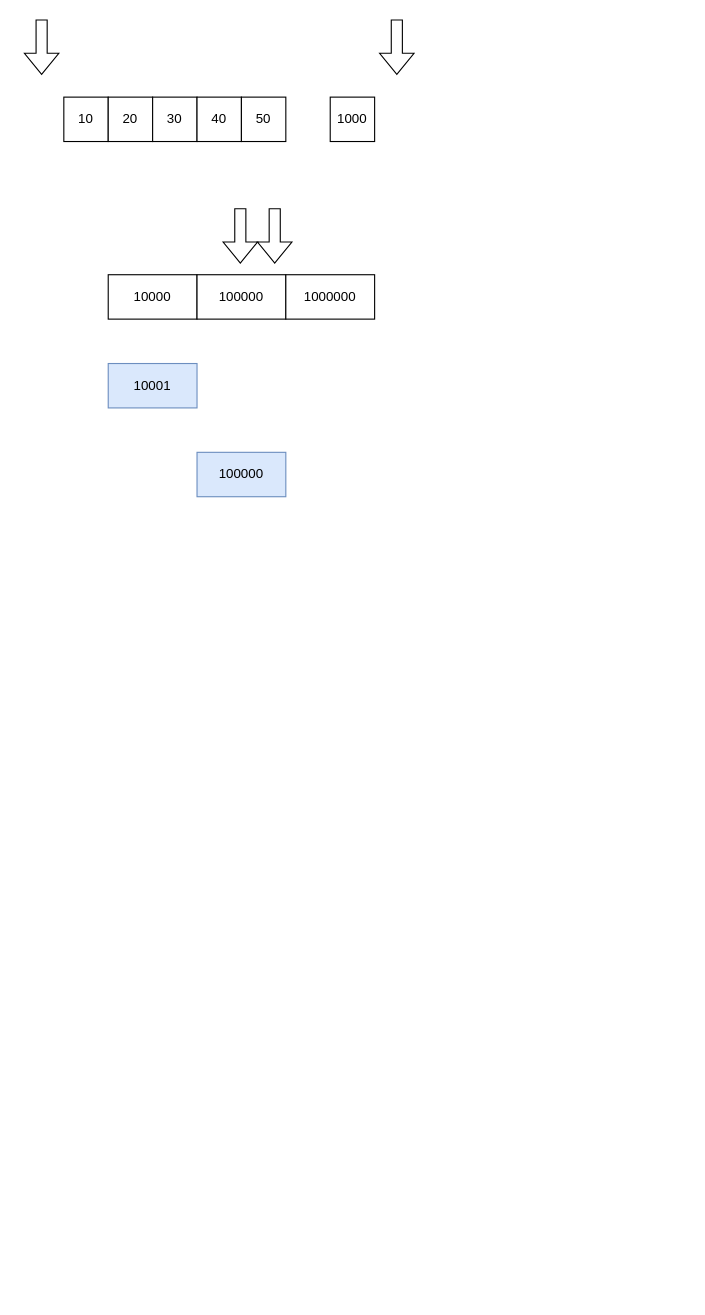
Earlier version of the draw.io diagram page "19637" (2 of 3) of algo_doc/20230514/Beakjoon.drawio (speed0dev/algorithm-test-java). Source tidied: cells renumbered, new cells numbered last; positions are measured from the earlier drawing's top-left corner, leaving out a move shared by most shapes. Both pictures are drawn from the tidied source at 111%, with x=0, y=0 at pixel (41, 19).
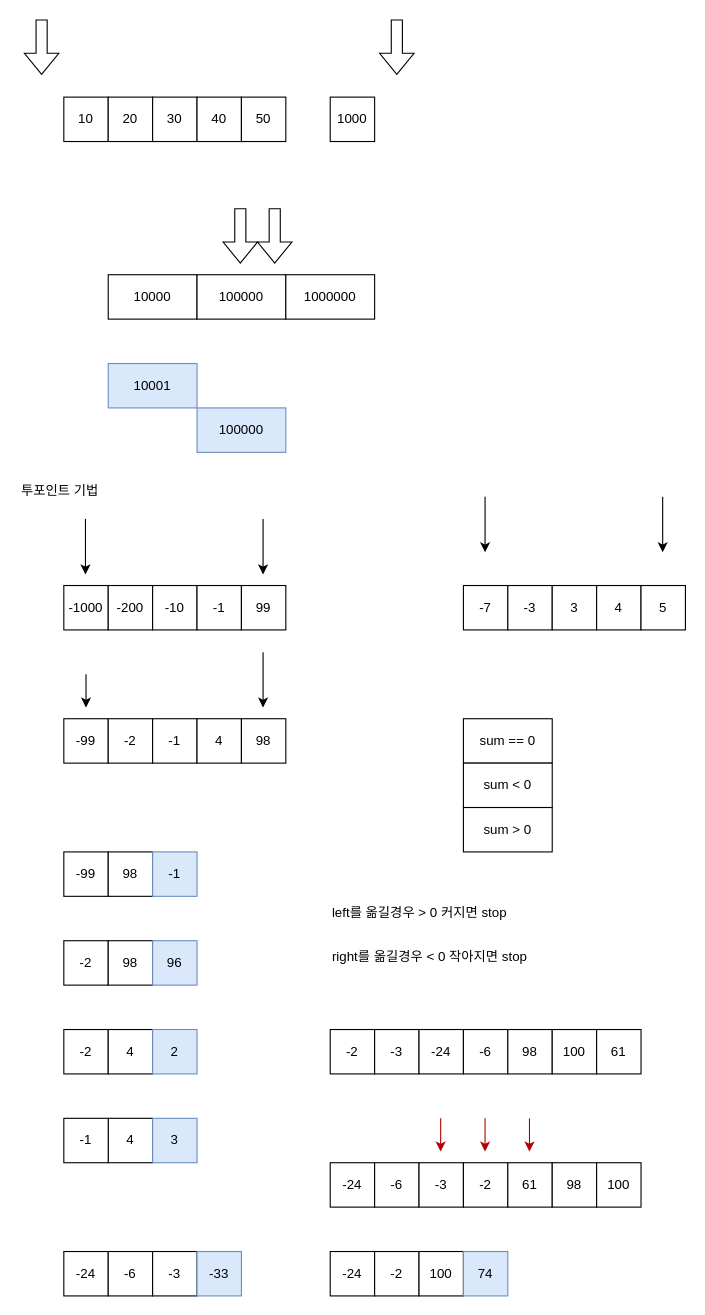
The same page after the edit.

Change to the diagram source:
```diff
@@
     <mxCell id="16" value="100000" style="rounded=0;whiteSpace=wrap;html=1;fillColor=#dae8fc;strokeColor=#6c8ebf;" parent="1" vertex="1">
-      <mxGeometry x="140" y="390" width="80" height="40" as="geometry" />
+      <mxGeometry x="140" y="350" width="80" height="40" as="geometry" />
     </mxCell>
+    <mxCell id="17" value="-1000" style="rounded=0;whiteSpace=wrap;html=1;" parent="1" vertex="1">
+      <mxGeometry x="20" y="510" width="40" height="40" as="geometry" />
+    </mxCell>
+    <mxCell id="18" value="-200" style="rounded=0;whiteSpace=wrap;html=1;" parent="1" vertex="1">
+      <mxGeometry x="60" y="510" width="40" height="40" as="geometry" />
+    </mxCell>
+    <mxCell id="19" value="-10" style="rounded=0;whiteSpace=wrap;html=1;" parent="1" vertex="1">
+      <mxGeometry x="100" y="510" width="40" height="40" as="geometry" />
+    </mxCell>
+    <mxCell id="20" value="-1" style="rounded=0;whiteSpace=wrap;html=1;" parent="1" vertex="1">
+      <mxGeometry x="140" y="510" width="40" height="40" as="geometry" />
+    </mxCell>
+    <mxCell id="21" value="99" style="rounded=0;whiteSpace=wrap;html=1;" parent="1" vertex="1">
+      <mxGeometry x="180" y="510" width="40" height="40" as="geometry" />
+    </mxCell>
+    <mxCell id="22" style="endArrow=classic;html=1;rounded=0;" parent="1" edge="1">
+      <mxGeometry relative="1" as="geometry">
+        <mxPoint x="39.5" y="450" as="sourcePoint" />
+        <mxPoint x="39.5" y="500" as="targetPoint" />
+      </mxGeometry>
+    </mxCell>
+    <mxCell id="23" style="endArrow=classic;html=1;rounded=0;" parent="1" edge="1">
+      <mxGeometry relative="1" as="geometry">
+        <mxPoint x="199.5" y="450" as="sourcePoint" />
+        <mxPoint x="199.5" y="500" as="targetPoint" />
+      </mxGeometry>
+    </mxCell>
+    <mxCell id="24" value="투포인트 기법" style="text;html=1;strokeColor=none;fillColor=none;align=left;verticalAlign=middle;whiteSpace=wrap;rounded=0;" parent="1" vertex="1">
+      <mxGeometry x="-20" y="410" width="200" height="30" as="geometry" />
+    </mxCell>
+    <mxCell id="25" value="-99" style="rounded=0;whiteSpace=wrap;html=1;" parent="1" vertex="1">
+      <mxGeometry x="20" y="630" width="40" height="40" as="geometry" />
+    </mxCell>
+    <mxCell id="26" value="-2" style="rounded=0;whiteSpace=wrap;html=1;" parent="1" vertex="1">
+      <mxGeometry x="60" y="630" width="40" height="40" as="geometry" />
+    </mxCell>
+    <mxCell id="27" value="-1" style="rounded=0;whiteSpace=wrap;html=1;" parent="1" vertex="1">
+      <mxGeometry x="100" y="630" width="40" height="40" as="geometry" />
+    </mxCell>
+    <mxCell id="28" value="4" style="rounded=0;whiteSpace=wrap;html=1;" parent="1" vertex="1">
+      <mxGeometry x="140" y="630" width="40" height="40" as="geometry" />
+    </mxCell>
+    <mxCell id="29" value="98" style="rounded=0;whiteSpace=wrap;html=1;" parent="1" vertex="1">
+      <mxGeometry x="180" y="630" width="40" height="40" as="geometry" />
+    </mxCell>
+    <mxCell id="30" value="sum == 0" style="rounded=0;whiteSpace=wrap;html=1;" parent="1" vertex="1">
+      <mxGeometry x="380" y="630" width="80" height="40" as="geometry" />
+    </mxCell>
+    <mxCell id="31" value="sum &amp;lt; 0" style="rounded=0;whiteSpace=wrap;html=1;" parent="1" vertex="1">
+      <mxGeometry x="380" y="670" width="80" height="40" as="geometry" />
+    </mxCell>
+    <mxCell id="32" value="sum &amp;gt; 0" style="rounded=0;whiteSpace=wrap;html=1;" parent="1" vertex="1">
+      <mxGeometry x="380" y="710" width="80" height="40" as="geometry" />
+    </mxCell>
+    <mxCell id="33" value="-99" style="rounded=0;whiteSpace=wrap;html=1;" parent="1" vertex="1">
+      <mxGeometry x="20" y="750" width="40" height="40" as="geometry" />
+    </mxCell>
+    <mxCell id="34" value="98" style="rounded=0;whiteSpace=wrap;html=1;" parent="1" vertex="1">
+      <mxGeometry x="60" y="750" width="40" height="40" as="geometry" />
+    </mxCell>
+    <mxCell id="35" value="-1" style="rounded=0;whiteSpace=wrap;html=1;fillColor=#dae8fc;strokeColor=#6c8ebf;" parent="1" vertex="1">
+      <mxGeometry x="100" y="750" width="40" height="40" as="geometry" />
+    </mxCell>
+    <mxCell id="36" style="endArrow=classic;html=1;rounded=0;" parent="1" edge="1">
+      <mxGeometry relative="1" as="geometry">
+        <mxPoint x="199.5" y="570" as="sourcePoint" />
+        <mxPoint x="199.5" y="620" as="targetPoint" />
+      </mxGeometry>
+    </mxCell>
+    <mxCell id="37" value="-2" style="rounded=0;whiteSpace=wrap;html=1;" parent="1" vertex="1">
+      <mxGeometry x="20" y="830" width="40" height="40" as="geometry" />
+    </mxCell>
+    <mxCell id="38" value="98" style="rounded=0;whiteSpace=wrap;html=1;" parent="1" vertex="1">
+      <mxGeometry x="60" y="830" width="40" height="40" as="geometry" />
+    </mxCell>
+    <mxCell id="39" value="96" style="rounded=0;whiteSpace=wrap;html=1;fillColor=#dae8fc;strokeColor=#6c8ebf;" parent="1" vertex="1">
+      <mxGeometry x="100" y="830" width="40" height="40" as="geometry" />
+    </mxCell>
+    <mxCell id="40" value="-2" style="rounded=0;whiteSpace=wrap;html=1;" parent="1" vertex="1">
+      <mxGeometry x="20" y="910" width="40" height="40" as="geometry" />
+    </mxCell>
+    <mxCell id="41" value="4" style="rounded=0;whiteSpace=wrap;html=1;" parent="1" vertex="1">
+      <mxGeometry x="60" y="910" width="40" height="40" as="geometry" />
+    </mxCell>
+    <mxCell id="42" value="2" style="rounded=0;whiteSpace=wrap;html=1;fillColor=#dae8fc;strokeColor=#6c8ebf;" parent="1" vertex="1">
+      <mxGeometry x="100" y="910" width="40" height="40" as="geometry" />
+    </mxCell>
+    <mxCell id="43" style="endArrow=classic;html=1;rounded=0;" parent="1" edge="1">
+      <mxGeometry relative="1" as="geometry">
+        <mxPoint x="40" y="590" as="sourcePoint" />
+        <mxPoint x="40" y="620" as="targetPoint" />
+      </mxGeometry>
+    </mxCell>
+    <mxCell id="44" value="4" style="rounded=0;whiteSpace=wrap;html=1;" parent="1" vertex="1">
+      <mxGeometry x="60" y="990" width="40" height="40" as="geometry" />
+    </mxCell>
+    <mxCell id="45" value="-1" style="rounded=0;whiteSpace=wrap;html=1;" parent="1" vertex="1">
+      <mxGeometry x="20" y="990" width="40" height="40" as="geometry" />
+    </mxCell>
+    <mxCell id="46" value="3" style="rounded=0;whiteSpace=wrap;html=1;fillColor=#dae8fc;strokeColor=#6c8ebf;" parent="1" vertex="1">
+      <mxGeometry x="100" y="990" width="40" height="40" as="geometry" />
+    </mxCell>
+    <mxCell id="47" value="left를 옮길경우 &amp;gt; 0 커지면 stop" style="text;html=1;strokeColor=none;fillColor=none;align=left;verticalAlign=middle;whiteSpace=wrap;rounded=0;" parent="1" vertex="1">
+      <mxGeometry x="260" y="790" width="320" height="30" as="geometry" />
+    </mxCell>
+    <mxCell id="48" value="right를 옮길경우 &amp;lt; 0 작아지면 stop" style="text;html=1;strokeColor=none;fillColor=none;align=left;verticalAlign=middle;whiteSpace=wrap;rounded=0;" parent="1" vertex="1">
+      <mxGeometry x="260" y="830" width="320" height="30" as="geometry" />
+    </mxCell>
+    <mxCell id="49" value="-7" style="rounded=0;whiteSpace=wrap;html=1;" parent="1" vertex="1">
+      <mxGeometry x="380" y="510" width="40" height="40" as="geometry" />
+    </mxCell>
+    <mxCell id="50" value="-3" style="rounded=0;whiteSpace=wrap;html=1;" parent="1" vertex="1">
+      <mxGeometry x="420" y="510" width="40" height="40" as="geometry" />
+    </mxCell>
+    <mxCell id="51" value="3" style="rounded=0;whiteSpace=wrap;html=1;" parent="1" vertex="1">
+      <mxGeometry x="460" y="510" width="40" height="40" as="geometry" />
+    </mxCell>
+    <mxCell id="52" value="4" style="rounded=0;whiteSpace=wrap;html=1;" parent="1" vertex="1">
+      <mxGeometry x="500" y="510" width="40" height="40" as="geometry" />
+    </mxCell>
+    <mxCell id="53" value="5" style="rounded=0;whiteSpace=wrap;html=1;" parent="1" vertex="1">
+      <mxGeometry x="540" y="510" width="40" height="40" as="geometry" />
+    </mxCell>
+    <mxCell id="54" style="endArrow=classic;html=1;rounded=0;" parent="1" edge="1">
+      <mxGeometry relative="1" as="geometry">
+        <mxPoint x="399.5" y="430" as="sourcePoint" />
+        <mxPoint x="399.5" y="480" as="targetPoint" />
+      </mxGeometry>
+    </mxCell>
+    <mxCell id="55" style="endArrow=classic;html=1;rounded=0;" parent="1" edge="1">
+      <mxGeometry relative="1" as="geometry">
+        <mxPoint x="559.5" y="430" as="sourcePoint" />
+        <mxPoint x="559.5" y="480" as="targetPoint" />
+      </mxGeometry>
+    </mxCell>
+    <mxCell id="56" value="-2" style="rounded=0;whiteSpace=wrap;html=1;" parent="1" vertex="1">
+      <mxGeometry x="260" y="910" width="40" height="40" as="geometry" />
+    </mxCell>
+    <mxCell id="57" value="-3" style="rounded=0;whiteSpace=wrap;html=1;" parent="1" vertex="1">
+      <mxGeometry x="300" y="910" width="40" height="40" as="geometry" />
+    </mxCell>
+    <mxCell id="58" value="-24" style="rounded=0;whiteSpace=wrap;html=1;" parent="1" vertex="1">
+      <mxGeometry x="340" y="910" width="40" height="40" as="geometry" />
+    </mxCell>
+    <mxCell id="59" value="-6" style="rounded=0;whiteSpace=wrap;html=1;" parent="1" vertex="1">
+      <mxGeometry x="380" y="910" width="40" height="40" as="geometry" />
+    </mxCell>
+    <mxCell id="60" value="98" style="rounded=0;whiteSpace=wrap;html=1;" parent="1" vertex="1">
+      <mxGeometry x="420" y="910" width="40" height="40" as="geometry" />
+    </mxCell>
+    <mxCell id="61" value="100" style="rounded=0;whiteSpace=wrap;html=1;" parent="1" vertex="1">
+      <mxGeometry x="460" y="910" width="40" height="40" as="geometry" />
+    </mxCell>
+    <mxCell id="62" value="61" style="rounded=0;whiteSpace=wrap;html=1;" parent="1" vertex="1">
+      <mxGeometry x="500" y="910" width="40" height="40" as="geometry" />
+    </mxCell>
+    <mxCell id="63" value="-24" style="rounded=0;whiteSpace=wrap;html=1;" parent="1" vertex="1">
+      <mxGeometry x="260" y="1030" width="40" height="40" as="geometry" />
+    </mxCell>
+    <mxCell id="64" value="-6" style="rounded=0;whiteSpace=wrap;html=1;" parent="1" vertex="1">
+      <mxGeometry x="300" y="1030" width="40" height="40" as="geometry" />
+    </mxCell>
+    <mxCell id="65" value="-3" style="rounded=0;whiteSpace=wrap;html=1;" parent="1" vertex="1">
+      <mxGeometry x="340" y="1030" width="40" height="40" as="geometry" />
+    </mxCell>
+    <mxCell id="66" value="-2" style="rounded=0;whiteSpace=wrap;html=1;" parent="1" vertex="1">
+      <mxGeometry x="380" y="1030" width="40" height="40" as="geometry" />
+    </mxCell>
+    <mxCell id="67" value="61" style="rounded=0;whiteSpace=wrap;html=1;" parent="1" vertex="1">
+      <mxGeometry x="420" y="1030" width="40" height="40" as="geometry" />
+    </mxCell>
+    <mxCell id="68" value="98" style="rounded=0;whiteSpace=wrap;html=1;" parent="1" vertex="1">
+      <mxGeometry x="460" y="1030" width="40" height="40" as="geometry" />
+    </mxCell>
+    <mxCell id="69" value="100" style="rounded=0;whiteSpace=wrap;html=1;" parent="1" vertex="1">
+      <mxGeometry x="500" y="1030" width="40" height="40" as="geometry" />
+    </mxCell>
+    <mxCell id="70" style="endArrow=classic;html=1;rounded=0;fillColor=#e51400;strokeColor=#B20000;" parent="1" edge="1">
+      <mxGeometry relative="1" as="geometry">
+        <mxPoint x="399.5" y="990" as="sourcePoint" />
+        <mxPoint x="399.5" y="1020" as="targetPoint" />
+      </mxGeometry>
+    </mxCell>
+    <mxCell id="71" style="endArrow=classic;html=1;rounded=0;fillColor=#e51400;strokeColor=#B20000;" parent="1" edge="1">
+      <mxGeometry relative="1" as="geometry">
+        <mxPoint x="439.5" y="990" as="sourcePoint" />
+        <mxPoint x="439.5" y="1020" as="targetPoint" />
+      </mxGeometry>
+    </mxCell>
+    <mxCell id="72" style="endArrow=classic;html=1;rounded=0;fillColor=#e51400;strokeColor=#B20000;" parent="1" edge="1">
+      <mxGeometry relative="1" as="geometry">
+        <mxPoint x="359.5" y="990" as="sourcePoint" />
+        <mxPoint x="359.5" y="1020" as="targetPoint" />
+      </mxGeometry>
+    </mxCell>
+    <mxCell id="73" value="-24" style="rounded=0;whiteSpace=wrap;html=1;" parent="1" vertex="1">
+      <mxGeometry x="260" y="1110" width="40" height="40" as="geometry" />
+    </mxCell>
+    <mxCell id="74" value="-2" style="rounded=0;whiteSpace=wrap;html=1;" parent="1" vertex="1">
+      <mxGeometry x="300" y="1110" width="40" height="40" as="geometry" />
+    </mxCell>
+    <mxCell id="75" value="100" style="rounded=0;whiteSpace=wrap;html=1;" parent="1" vertex="1">
+      <mxGeometry x="340" y="1110" width="40" height="40" as="geometry" />
+    </mxCell>
+    <mxCell id="76" value="74" style="rounded=0;whiteSpace=wrap;html=1;fillColor=#dae8fc;strokeColor=#6c8ebf;" parent="1" vertex="1">
+      <mxGeometry x="380" y="1110" width="40" height="40" as="geometry" />
+    </mxCell>
+    <mxCell id="77" value="-24" style="rounded=0;whiteSpace=wrap;html=1;" parent="1" vertex="1">
+      <mxGeometry x="20" y="1110" width="40" height="40" as="geometry" />
+    </mxCell>
+    <mxCell id="78" value="-6" style="rounded=0;whiteSpace=wrap;html=1;" parent="1" vertex="1">
+      <mxGeometry x="60" y="1110" width="40" height="40" as="geometry" />
+    </mxCell>
+    <mxCell id="79" value="-3" style="rounded=0;whiteSpace=wrap;html=1;" parent="1" vertex="1">
+      <mxGeometry x="100" y="1110" width="40" height="40" as="geometry" />
+    </mxCell>
+    <mxCell id="80" value="-33" style="rounded=0;whiteSpace=wrap;html=1;fillColor=#dae8fc;strokeColor=#6c8ebf;" parent="1" vertex="1">
+      <mxGeometry x="140" y="1110" width="40" height="40" as="geometry" />
+    </mxCell>
```
